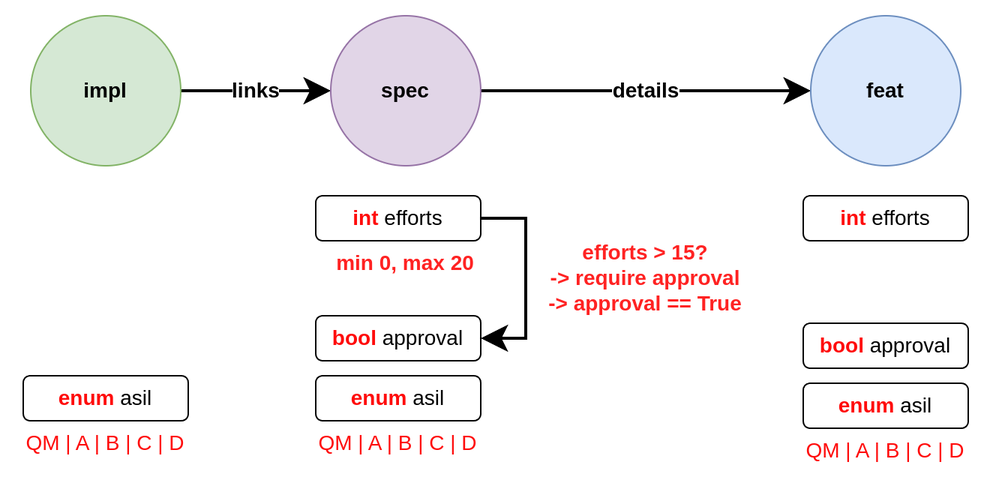
This is docs/schema/02_local_check.drawio.png from useblocks/sphinx-needs, a draw.io export, as it was before one commit. Source tidied: cells renumbered, new cells last; positions are measured from the earlier drawing's top-left corner, leaving out a move shared by most shapes.
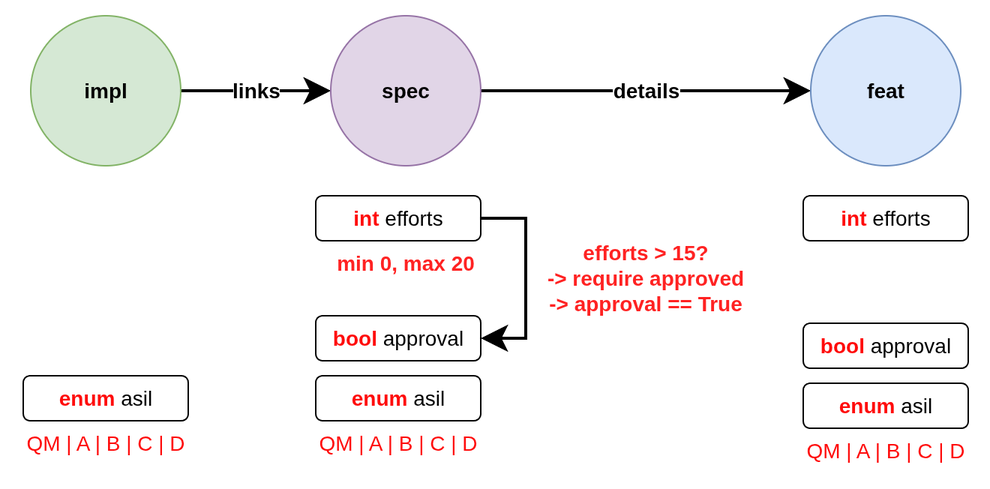
After the change.

Change to the diagram source:
```diff
@@ -55,7 +55,7 @@
     <mxCell id="17" value="&lt;font style=&quot;color: rgb(255, 12, 12);&quot;&gt;QM | A | B | C | D&lt;/font&gt;" style="text;html=1;align=center;verticalAlign=middle;whiteSpace=wrap;rounded=0;fontFamily=Helvetica;fontSize=14;fontColor=default;labelBackgroundColor=default;" parent="1" vertex="1">
       <mxGeometry x="520" y="275" width="120" height="30" as="geometry" />
     </mxCell>
-    <mxCell id="18" value="efforts &amp;gt; 15?&lt;br&gt;-&amp;gt; require approval&lt;br&gt;-&amp;gt; approval == True" style="text;html=1;align=center;verticalAlign=middle;whiteSpace=wrap;rounded=0;fontFamily=Helvetica;fontSize=14;fontColor=#FF2222;labelBackgroundColor=default;fontStyle=1;" parent="1" vertex="1">
+    <mxCell id="18" value="efforts &amp;gt; 15?&lt;br&gt;-&amp;gt; require approved&lt;br&gt;-&amp;gt; approval == True" style="text;html=1;align=center;verticalAlign=middle;whiteSpace=wrap;rounded=0;fontFamily=Helvetica;fontSize=14;fontColor=#FF2222;labelBackgroundColor=default;fontStyle=1;" parent="1" vertex="1">
       <mxGeometry x="350" y="160" width="140" height="30" as="geometry" />
     </mxCell>
     <mxCell id="19" value="min 0, max 20" style="text;html=1;align=center;verticalAlign=middle;whiteSpace=wrap;rounded=0;fontFamily=Helvetica;fontSize=14;fontColor=#FF2222;labelBackgroundColor=default;fontStyle=1;" parent="1" vertex="1">
```
